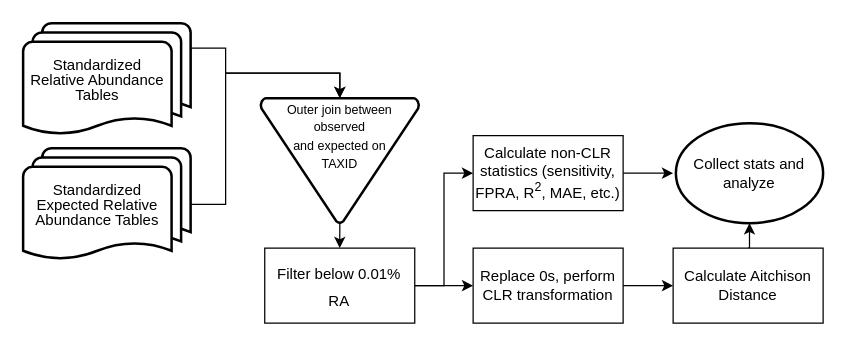
The draw.io diagram page "Page-2" (2 of 2) of utils/paper/diagrams/overall_workflow.drawio in mvee18/benchmarkingpaper, before the edit. Source tidied: cells renumbered, new cells numbered last; positions are measured from the earlier drawing's top-left corner, leaving out a move shared by most shapes. Both pictures are drawn from the tidied source at 125%, with x=0, y=0 at pixel (22, 22).
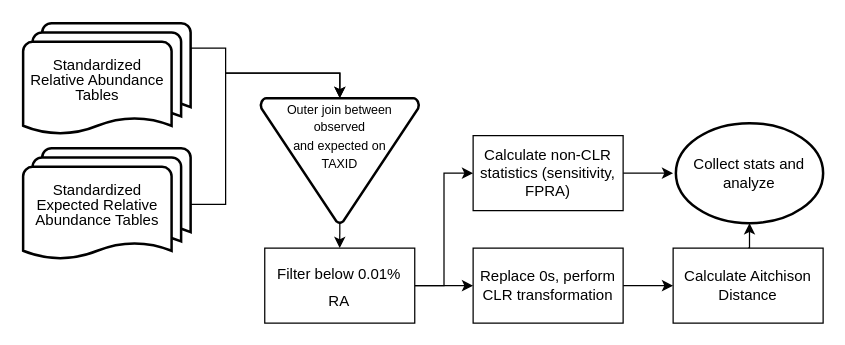
The same page after the edit.

Diff of the diagram source:
```diff
@@
-    <mxCell id="14" value="Calculate non-CLR statistics (sensitivity, FPRA, R&lt;sup&gt;2&lt;/sup&gt;, MAE, etc.)" style="rounded=0;whiteSpace=wrap;html=1;labelBackgroundColor=none;fontSize=12;fillColor=#FFFFFF;" parent="1" vertex="1">
+    <mxCell id="14" value="Calculate non-CLR statistics (sensitivity, FPRA)" style="rounded=0;whiteSpace=wrap;html=1;labelBackgroundColor=none;fontSize=12;fillColor=#FFFFFF;" parent="1" vertex="1">
       <mxGeometry x="360" y="90" width="120" height="60" as="geometry" />
     </mxCell>
```
